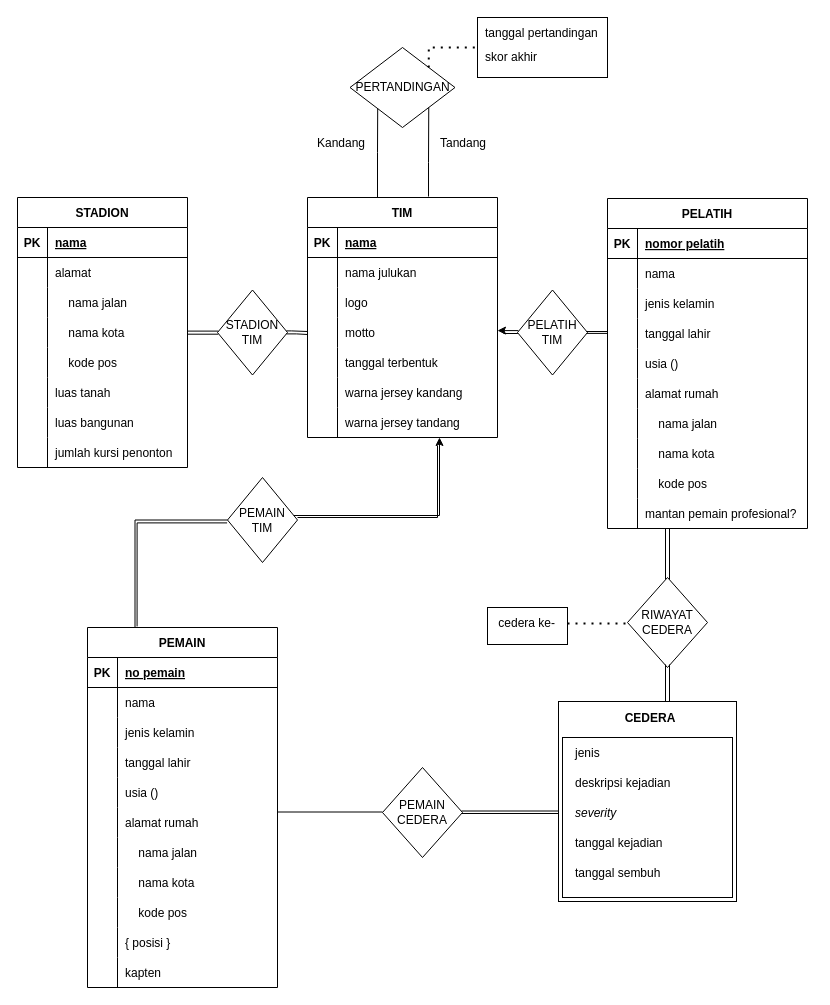
Earlier version of the draw.io diagram Untitled Diagram.drawio (codfikri/coursera-test). Source tidied: cells renumbered, new cells numbered last; positions are measured from the earlier drawing's top-left corner, leaving out a move shared by most shapes. Both pictures are drawn from the tidied source at 100%, with x=0, y=0 at pixel (17, 17).
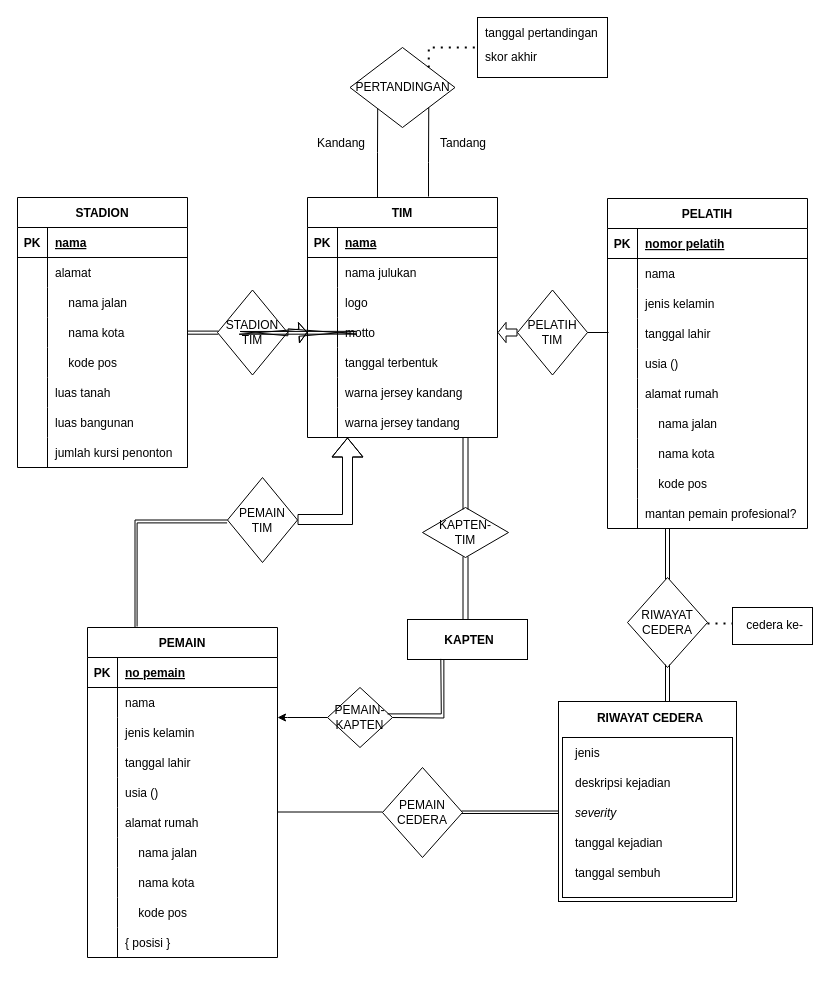
Above is the later version.

Unchanged cells that the change refers to:
```xml
<mxCell id="70" style="shape=partialRectangle;fillColor=none;points=[[0,0.5],[1,0.5]];portConstraint=eastwest;top=0;left=0;right=0;bottom=0;" parent="60" vertex="1">
  <mxGeometry y="120" width="190" height="30" as="geometry" />
</mxCell>
<mxCell id="79" style="shape=partialRectangle;fillColor=none;points=[[0,0.5],[1,0.5]];portConstraint=eastwest;top=0;left=0;right=0;bottom=0;" parent="60" vertex="1">
  <mxGeometry y="210" width="190" height="30" as="geometry" />
</mxCell>
<mxCell id="103" value="PELATIH&lt;br&gt;TIM" style="rhombus;whiteSpace=wrap;html=1;" parent="1" vertex="1">
  <mxGeometry x="500" y="272.5" width="70" height="85" as="geometry" />
</mxCell>
<mxCell id="115" style="shape=partialRectangle;fillColor=none;points=[[0,0.5],[1,0.5]];portConstraint=eastwest;top=0;left=0;right=0;bottom=0;" parent="108" vertex="1">
  <mxGeometry y="90" width="190" height="30" as="geometry" />
</mxCell>
<mxCell id="142" value="PEMAIN&lt;br&gt;TIM" style="rhombus;whiteSpace=wrap;html=1;" parent="1" vertex="1">
  <mxGeometry x="210" y="460" width="70" height="85" as="geometry" />
</mxCell>
<mxCell id="163" style="shape=partialRectangle;fillColor=none;top=0;left=0;right=0;bottom=0;" parent="1" vertex="1">
  <mxGeometry x="540" y="690" width="190" height="30" as="geometry" />
</mxCell>
```

Change to the diagram source:
```diff
@@
+    <mxCell id="182" style="rounded=0;whiteSpace=wrap;html=1;align=center;" parent="1" vertex="1">
+      <mxGeometry x="390" y="602" width="120" height="40" as="geometry" />
+    </mxCell>
@@
-    <mxCell id="101" style="endArrow=none;html=1;rounded=0;edgeStyle=orthogonalEdgeStyle;exitX=0.999;exitY=0.481;exitDx=0;exitDy=0;exitPerimeter=0;" parent="1" edge="1">
-      <mxGeometry relative="1" as="geometry">
-        <mxPoint x="268.9" y="313.4" as="sourcePoint" />
-        <mxPoint x="290" y="314" as="targetPoint" />
-        <Array as="points">
-          <mxPoint x="274" y="313" />
-        </Array>
-      </mxGeometry>
-    </mxCell>
-    <mxCell id="102" style="endArrow=none;html=1;rounded=0;edgeStyle=orthogonalEdgeStyle;exitX=0.999;exitY=0.481;exitDx=0;exitDy=0;exitPerimeter=0;" parent="1" edge="1">
-      <mxGeometry relative="1" as="geometry">
-        <mxPoint x="268.9" y="316.4" as="sourcePoint" />
-        <mxPoint x="290" y="317" as="targetPoint" />
-        <Array as="points">
-          <mxPoint x="279" y="316" />
-        </Array>
-      </mxGeometry>
-    </mxCell>
@@
     <mxCell id="104" style="endArrow=none;html=1;rounded=0;edgeStyle=orthogonalEdgeStyle;" parent="1" edge="1">
       <mxGeometry relative="1" as="geometry">
-        <mxPoint x="569" y="314" as="sourcePoint" />
-        <mxPoint x="590" y="314" as="targetPoint" />
+        <mxPoint x="570" y="315" as="sourcePoint" />
+        <mxPoint x="591" y="315" as="targetPoint" />
         <Array as="points">
-          <mxPoint x="590" y="314" />
+          <mxPoint x="591" y="315" />
         </Array>
       </mxGeometry>
     </mxCell>
-    <mxCell id="105" style="endArrow=none;html=1;rounded=0;edgeStyle=orthogonalEdgeStyle;" parent="1" edge="1">
-      <mxGeometry relative="1" as="geometry">
-        <mxPoint x="569" y="315.9" as="sourcePoint" />
-        <mxPoint x="590" y="315.9" as="targetPoint" />
-        <Array as="points">
-          <mxPoint x="569" y="315.9" />
-          <mxPoint x="569" y="315.9" />
-        </Array>
-      </mxGeometry>
-    </mxCell>
-    <mxCell id="106" style="endArrow=none;html=1;rounded=0;edgeStyle=orthogonalEdgeStyle;entryX=0.006;entryY=0.514;entryDx=0;entryDy=0;entryPerimeter=0;" parent="1" edge="1">
-      <mxGeometry relative="1" as="geometry">
-        <mxPoint x="486" y="316" as="sourcePoint" />
-        <mxPoint x="500.4" y="316.2" as="targetPoint" />
-      </mxGeometry>
-    </mxCell>
-    <mxCell id="107" style="edgeStyle=segmentEdgeStyle;endArrow=classic;html=1;rounded=0;exitX=0.011;exitY=0.49;exitDx=0;exitDy=0;exitPerimeter=0;" parent="1" edge="1">
-      <mxGeometry relative="1" as="geometry">
-        <mxPoint x="500.8" y="313.1" as="sourcePoint" />
-        <mxPoint x="480" y="313" as="targetPoint" />
-      </mxGeometry>
-    </mxCell>
     <mxCell id="108" value="PEMAIN" style="shape=table;startSize=30;childLayout=tableLayout;rowLines=0;fontStyle=1;align=center;" parent="1" vertex="1">
-      <mxGeometry x="70" y="610" width="190" height="360" as="geometry" />
+      <mxGeometry x="70" y="610" width="190" height="330" as="geometry" />
     </mxCell>
@@
-    <mxCell id="139" style="shape=partialRectangle;fillColor=none;top=0;left=0;right=0;bottom=0;" parent="108" vertex="1">
-      <mxGeometry y="330" width="190" height="30" as="geometry" />
-    </mxCell>
-    <mxCell id="140" style="shape=partialRectangle;overflow=hidden;fillColor=none;top=0;left=0;bottom=0;right=0;" parent="139" vertex="1">
-      <mxGeometry width="30" height="30" as="geometry" />
-    </mxCell>
-    <mxCell id="141" value="kapten" style="shape=partialRectangle;overflow=hidden;fillColor=none;top=0;left=0;bottom=0;right=0;align=left;spacingLeft=6;" parent="139" vertex="1">
-      <mxGeometry x="30" width="160" height="30" as="geometry" />
-    </mxCell>
@@
-    <mxCell id="145" style="edgeStyle=elbowEdgeStyle;elbow=vertical;endArrow=classic;html=1;rounded=0;" parent="1" edge="1" source="142">
-      <mxGeometry relative="1" as="geometry">
-        <mxPoint x="422" y="420" as="targetPoint" />
-        <Array as="points">
-          <mxPoint x="422" y="498" />
-        </Array>
-      </mxGeometry>
-    </mxCell>
-    <mxCell id="146" style="endArrow=none;html=1;rounded=0;edgeStyle=orthogonalEdgeStyle;exitX=1;exitY=0.471;exitDx=0;exitDy=0;exitPerimeter=0;" parent="1" edge="1" source="142">
-      <mxGeometry relative="1" as="geometry">
-        <mxPoint x="420" y="428" as="targetPoint" />
-        <Array as="points">
-          <mxPoint x="420" y="500" />
-        </Array>
-      </mxGeometry>
-    </mxCell>
@@
-    <mxCell id="165" value="CEDERA" style="shape=partialRectangle;overflow=hidden;fillColor=none;top=0;left=0;bottom=0;right=0;align=center;spacingLeft=6;fontStyle=1;" parent="163" vertex="1">
+    <mxCell id="165" value="RIWAYAT CEDERA" style="shape=partialRectangle;overflow=hidden;fillColor=none;top=0;left=0;bottom=0;right=0;align=center;spacingLeft=6;fontStyle=1;" parent="163" vertex="1">
       <mxGeometry y="-10" width="180" height="40" as="geometry" />
     </mxCell>
@@
     <mxCell id="173" style="endArrow=none;dashed=1;html=1;dashPattern=1 3;strokeWidth=2;rounded=0;edgeStyle=orthogonalEdgeStyle;" parent="1" edge="1">
       <mxGeometry relative="1" as="geometry">
-        <mxPoint x="550" y="606" as="sourcePoint" />
-        <mxPoint x="610" y="606" as="targetPoint" />
+        <mxPoint x="690" y="606" as="sourcePoint" />
+        <mxPoint x="750" y="606" as="targetPoint" />
         <Array as="points">
-          <mxPoint x="561" y="606" />
+          <mxPoint x="701" y="606" />
         </Array>
       </mxGeometry>
     </mxCell>
     <mxCell id="174" style="rounded=0;whiteSpace=wrap;html=1;align=right;" parent="1" vertex="1">
-      <mxGeometry x="470" y="590" width="80" height="37" as="geometry" />
+      <mxGeometry x="715" y="590" width="80" height="37" as="geometry" />
     </mxCell>
@@
     <mxCell id="179" value="cedera ke-" style="shape=partialRectangle;overflow=hidden;fillColor=none;top=0;left=0;bottom=0;right=0;align=right;spacingLeft=6;" parent="1" vertex="1">
-      <mxGeometry x="380" y="590" width="160" height="30" as="geometry" />
+      <mxGeometry x="628" y="592" width="160" height="30" as="geometry" />
     </mxCell>
@@
+    <mxCell id="183" value="KAPTEN" style="shape=partialRectangle;overflow=hidden;fillColor=none;top=0;left=0;bottom=0;right=0;align=center;spacingLeft=6;fontStyle=1;" parent="1" vertex="1">
+      <mxGeometry x="414" y="607" width="70" height="30" as="geometry" />
+    </mxCell>
+    <mxCell id="184" style="edgeStyle=orthogonalEdgeStyle;rounded=0;jettySize=auto;html=1;exitX=0;exitY=0.5;exitDx=0;exitDy=0;" parent="1" edge="1" source="185" target="115">
+      <mxGeometry relative="1" as="geometry">
+        <Array as="points">
+          <mxPoint x="270" y="700" />
+          <mxPoint x="270" y="700" />
+        </Array>
+      </mxGeometry>
+    </mxCell>
+    <mxCell id="185" value="PEMAIN-&lt;br&gt;KAPTEN" style="rhombus;whiteSpace=wrap;html=1;" parent="1" vertex="1">
+      <mxGeometry x="310" y="670" width="65" height="60" as="geometry" />
+    </mxCell>
+    <mxCell id="186" style="endArrow=none;html=1;rounded=0;edgeStyle=orthogonalEdgeStyle;entryX=0.303;entryY=1.005;entryDx=0;entryDy=0;entryPerimeter=0;" parent="1" edge="1" target="182">
+      <mxGeometry relative="1" as="geometry">
+        <mxPoint x="375" y="700" as="sourcePoint" />
+      </mxGeometry>
+    </mxCell>
+    <mxCell id="187" style="endArrow=none;html=1;rounded=0;edgeStyle=orthogonalEdgeStyle;entryX=0.269;entryY=1.01;entryDx=0;entryDy=0;entryPerimeter=0;exitX=0.923;exitY=0.44;exitDx=0;exitDy=0;exitPerimeter=0;" parent="1" edge="1" source="185">
+      <mxGeometry relative="1" as="geometry">
+        <mxPoint x="423.3" y="641.4" as="targetPoint" />
+      </mxGeometry>
+    </mxCell>
+    <mxCell id="188" value="KAPTEN-&lt;br&gt;TIM" style="rhombus;whiteSpace=wrap;html=1;" parent="1" vertex="1">
+      <mxGeometry x="405" y="490" width="86" height="50" as="geometry" />
+    </mxCell>
+    <mxCell id="189" style="line;strokeWidth=1;direction=south;html=1;align=center;" parent="1" vertex="1">
+      <mxGeometry x="440.5" y="539" width="10" height="63" as="geometry" />
+    </mxCell>
+    <mxCell id="190" style="line;strokeWidth=1;direction=south;html=1;align=center;" parent="1" vertex="1">
+      <mxGeometry x="445.5" y="539" width="10" height="63" as="geometry" />
+    </mxCell>
+    <mxCell id="191" style="line;strokeWidth=1;direction=south;html=1;align=center;" parent="1" vertex="1">
+      <mxGeometry x="440.5" y="420" width="10" height="72" as="geometry" />
+    </mxCell>
+    <mxCell id="192" style="line;strokeWidth=1;direction=south;html=1;align=center;" parent="1" vertex="1">
+      <mxGeometry x="445.5" y="420" width="10" height="72" as="geometry" />
+    </mxCell>
+    <mxCell id="193" style="shape=flexArrow;endArrow=classic;html=1;rounded=0;edgeStyle=orthogonalEdgeStyle;width=7;endWidth=12.325581395348838;endSize=2.3511627906976744;" parent="1" edge="1" source="103" target="70">
+      <mxGeometry relative="1" as="geometry" />
+    </mxCell>
+    <mxCell id="194" style="shape=flexArrow;endArrow=classic;html=1;rounded=0;edgeStyle=orthogonalEdgeStyle;width=7;endWidth=12.325581395348838;endSize=2.3511627906976744;" parent="1" edge="1">
+      <mxGeometry relative="1" as="geometry">
+        <mxPoint x="270" y="314.8" as="sourcePoint" />
+        <mxPoint x="290" y="314.8" as="targetPoint" />
+      </mxGeometry>
+    </mxCell>
+    <mxCell id="195" style="shape=flexArrow;endArrow=classic;html=1;rounded=0;edgeStyle=orthogonalEdgeStyle;" parent="1" edge="1" target="79">
+      <mxGeometry relative="1" as="geometry">
+        <mxPoint x="280" y="502" as="sourcePoint" />
+        <Array as="points">
+          <mxPoint x="330" y="502" />
+        </Array>
+      </mxGeometry>
+    </mxCell>
```
